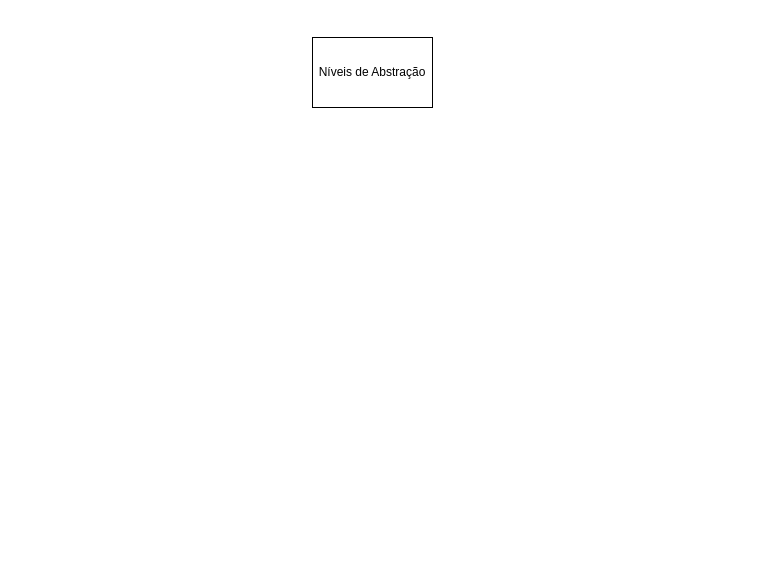
Earlier version of the draw.io diagram Banco-de-Dados/banco_de_dados_revisao-av1.drawio (mateus-s-a/IFMT_Eng_Computacao). Source tidied: cells renumbered, new cells numbered last; positions are measured from the earlier drawing's top-left corner, leaving out a move shared by most shapes. Both pictures are drawn from the tidied source at 100%, with x=0, y=0 at pixel (312, 37).
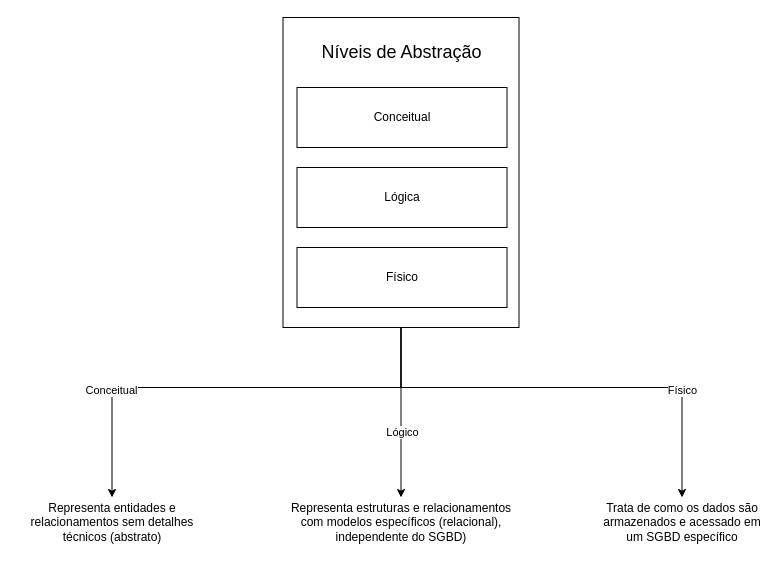
Above is the later version.

The edit, as a diff of the source:
```diff
@@
 <mxGraphModel>
   <root>
     <mxCell id="0" />
     <mxCell id="1" parent="0" />
+    <mxCell id="3" style="edgeStyle=orthogonalEdgeStyle;rounded=0;jettySize=auto;html=1;" parent="1" edge="1" source="9" target="13">
+      <mxGeometry relative="1" as="geometry">
+        <Array as="points">
+          <mxPoint x="88.5" y="350" />
+          <mxPoint x="-200.5" y="350" />
+        </Array>
+      </mxGeometry>
+    </mxCell>
+    <mxCell id="4" value="&lt;div&gt;Conceitual&lt;/div&gt;" style="edgeLabel;html=1;align=center;verticalAlign=middle;" parent="3" vertex="1">
+      <mxGeometry x="0.53" y="-1" relative="1" as="geometry" />
+    </mxCell>
+    <mxCell id="5" style="edgeStyle=orthogonalEdgeStyle;rounded=0;jettySize=auto;html=1;" parent="1" edge="1" source="9" target="14">
+      <mxGeometry relative="1" as="geometry" />
+    </mxCell>
+    <mxCell id="6" value="&lt;div&gt;Lógico&lt;/div&gt;" style="edgeLabel;html=1;align=center;verticalAlign=middle;" parent="5" vertex="1">
+      <mxGeometry x="0.22" y="1" relative="1" as="geometry" />
+    </mxCell>
+    <mxCell id="7" style="edgeStyle=orthogonalEdgeStyle;rounded=0;jettySize=auto;html=1;entryX=0.5;entryY=0;entryDx=0;entryDy=0;" parent="1" edge="1" source="9" target="15">
+      <mxGeometry relative="1" as="geometry">
+        <Array as="points">
+          <mxPoint x="88.5" y="350" />
+          <mxPoint x="369.5" y="350" />
+        </Array>
+      </mxGeometry>
+    </mxCell>
+    <mxCell id="8" value="Físico" style="edgeLabel;html=1;align=center;verticalAlign=middle;" parent="7" vertex="1">
+      <mxGeometry x="0.52" y="-1" relative="1" as="geometry">
+        <mxPoint x="1" as="offset" />
+      </mxGeometry>
+    </mxCell>
+    <mxCell id="9" style="rounded=0;whiteSpace=wrap;html=1;" parent="1" vertex="1">
+      <mxGeometry x="-29.5" y="-20" width="236" height="310" as="geometry" />
+    </mxCell>
-    <mxCell id="2" value="&lt;div&gt;Níveis de Abstração&lt;/div&gt;" style="rounded=0;whiteSpace=wrap;html=1;" parent="1" vertex="1">
-      <mxGeometry width="120" height="70" as="geometry" />
+    <mxCell id="2" value="&lt;font style=&quot;font-size: 18px;&quot;&gt;Níveis de Abstração&lt;/font&gt;" style="text;strokeColor=none;align=center;fillColor=none;html=1;verticalAlign=middle;whiteSpace=wrap;rounded=0;" parent="1" vertex="1">
+      <mxGeometry width="179" height="30" as="geometry" />
     </mxCell>
+    <mxCell id="10" value="Conceitual" style="rounded=0;whiteSpace=wrap;html=1;" parent="1" vertex="1">
+      <mxGeometry x="-15.5" y="50" width="210" height="60" as="geometry" />
+    </mxCell>
+    <mxCell id="11" value="Lógica" style="rounded=0;whiteSpace=wrap;html=1;" parent="1" vertex="1">
+      <mxGeometry x="-15.5" y="130" width="210" height="60" as="geometry" />
+    </mxCell>
+    <mxCell id="12" value="Físico" style="rounded=0;whiteSpace=wrap;html=1;" parent="1" vertex="1">
+      <mxGeometry x="-15.5" y="210" width="210" height="60" as="geometry" />
+    </mxCell>
+    <mxCell id="13" value="Representa entidades e relacionamentos sem detalhes técnicos (abstrato)" style="text;strokeColor=none;align=center;fillColor=none;html=1;verticalAlign=middle;whiteSpace=wrap;rounded=0;" parent="1" vertex="1">
+      <mxGeometry x="-295.5" y="460" width="190" height="50" as="geometry" />
+    </mxCell>
+    <mxCell id="14" value="Representa estruturas e relacionamentos com modelos específicos (relacional), independente do SGBD)" style="text;strokeColor=none;align=center;fillColor=none;html=1;verticalAlign=middle;whiteSpace=wrap;rounded=0;" parent="1" vertex="1">
+      <mxGeometry x="-25.5" y="460" width="228" height="50" as="geometry" />
+    </mxCell>
+    <mxCell id="15" value="Trata de como os dados são armazenados e acessado em um SGBD específico" style="text;strokeColor=none;align=center;fillColor=none;html=1;verticalAlign=middle;whiteSpace=wrap;rounded=0;" parent="1" vertex="1">
+      <mxGeometry x="284.5" y="460" width="170" height="50" as="geometry" />
+    </mxCell>
   </root>
 </mxGraphModel>
```
